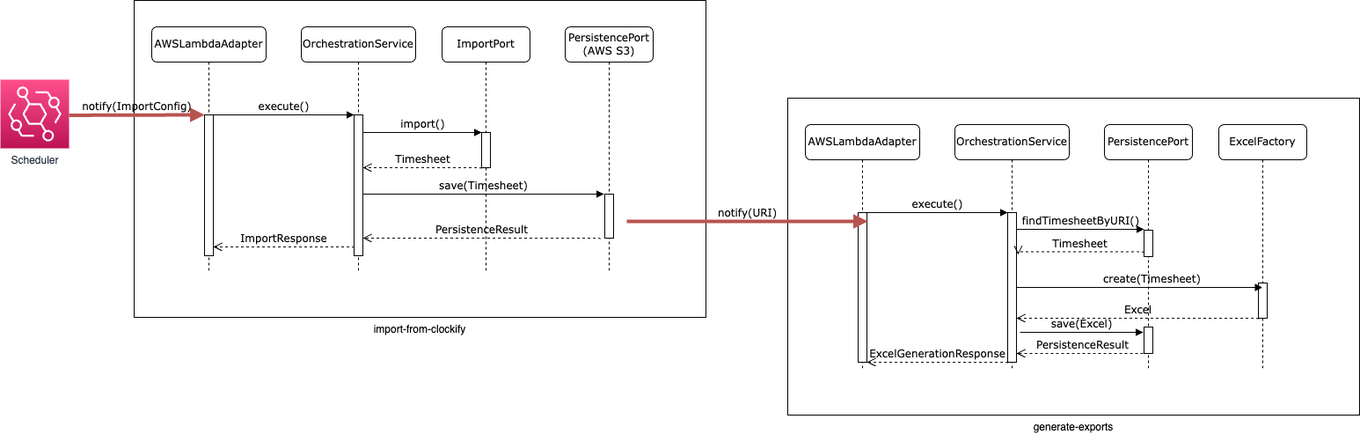
tinohertlein/timesheet-wizard keeps this draw.io diagram as doc/assets/dynamic-level-1.drawio.png. Above is the earlier version. Source tidied: cells renumbered, new cells last; positions are measured from the earlier drawing's top-left corner, leaving out a move shared by most shapes.
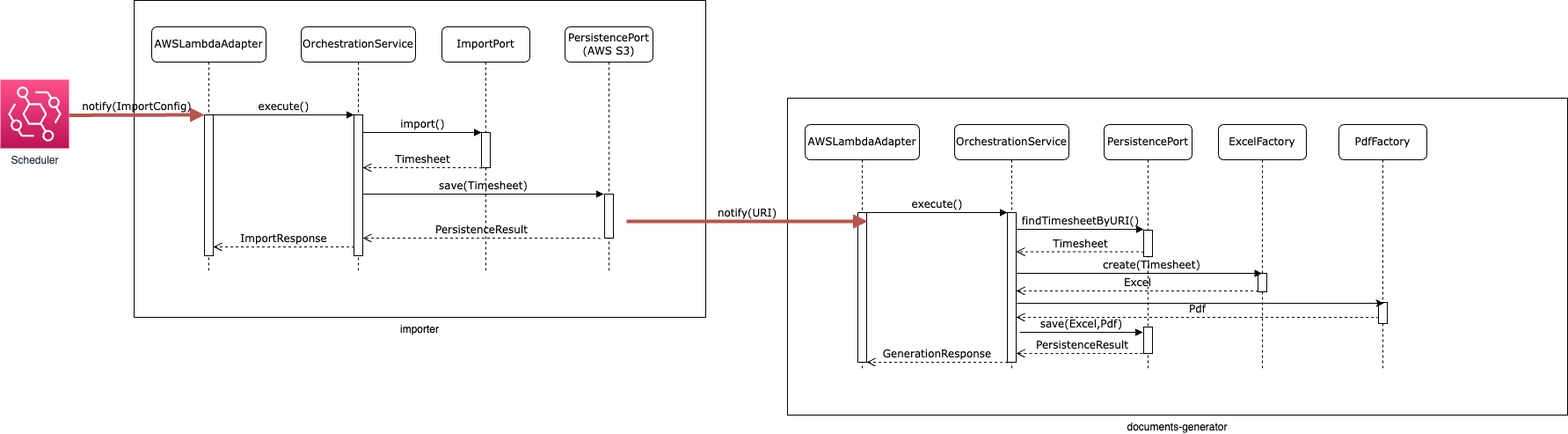
The same file after the commit.

The edit, as a diff of the source:
```diff
@@ -2,10 +2,10 @@
   <root>
     <mxCell id="0" />
     <mxCell id="1" parent="0" />
-    <mxCell id="2" value="generate-exports" style="rounded=0;whiteSpace=wrap;html=1;labelPosition=center;verticalLabelPosition=bottom;align=center;verticalAlign=top;" parent="1" vertex="1">
-      <mxGeometry x="895" y="111" width="650" height="360" as="geometry" />
+    <mxCell id="2" value="documents-generator" style="rounded=0;whiteSpace=wrap;html=1;labelPosition=center;verticalLabelPosition=bottom;align=center;verticalAlign=top;" parent="1" vertex="1">
+      <mxGeometry x="895" y="111" width="887" height="360" as="geometry" />
     </mxCell>
-    <mxCell id="3" value="import-from-clockify" style="rounded=0;whiteSpace=wrap;html=1;labelPosition=center;verticalLabelPosition=bottom;align=center;verticalAlign=top;" parent="1" vertex="1">
+    <mxCell id="3" value="importer" style="rounded=0;whiteSpace=wrap;html=1;labelPosition=center;verticalLabelPosition=bottom;align=center;verticalAlign=top;" parent="1" vertex="1">
       <mxGeometry x="152" width="650" height="360" as="geometry" />
     </mxCell>
     <mxCell id="4" value="OrchestrationService" style="shape=umlLifeline;perimeter=lifelinePerimeter;whiteSpace=wrap;html=1;rounded=1;shadow=0;comic=0;labelBackgroundColor=none;strokeWidth=1;fontFamily=Verdana;fontSize=12;align=center;" parent="1" vertex="1">
@@ -97,7 +97,7 @@
     <mxCell id="22" style="html=1;points=[];perimeter=orthogonalPerimeter;rounded=0;shadow=0;comic=0;labelBackgroundColor=none;strokeWidth=1;fontFamily=Verdana;fontSize=12;align=center;" parent="21" vertex="1">
       <mxGeometry x="45" y="120" width="10" height="30" as="geometry" />
     </mxCell>
-    <mxCell id="23" value="Timesheet" style="html=1;verticalAlign=bottom;endArrow=open;dashed=1;endSize=8;labelBackgroundColor=none;fontFamily=Verdana;fontSize=12;edgeStyle=elbowEdgeStyle;elbow=vertical;exitX=0;exitY=1.025;exitDx=0;exitDy=0;exitPerimeter=0;entryX=1.2;entryY=0.281;entryDx=0;entryDy=0;entryPerimeter=0;" parent="21" edge="1" target="19">
+    <mxCell id="23" value="Timesheet" style="html=1;verticalAlign=bottom;endArrow=open;dashed=1;endSize=8;labelBackgroundColor=none;fontFamily=Verdana;fontSize=12;edgeStyle=elbowEdgeStyle;elbow=vertical;exitX=0;exitY=1.025;exitDx=0;exitDy=0;exitPerimeter=0;" parent="21" edge="1" target="19">
       <mxGeometry relative="1" as="geometry">
         <mxPoint x="45" y="145.5" as="sourcePoint" />
         <Array as="points">
@@ -110,6 +110,17 @@
     <mxCell id="24" style="html=1;points=[];perimeter=orthogonalPerimeter;rounded=0;shadow=0;comic=0;labelBackgroundColor=none;strokeWidth=1;fontFamily=Verdana;fontSize=12;align=center;" parent="21" vertex="1">
       <mxGeometry x="45" y="230" width="10" height="30" as="geometry" />
     </mxCell>
+    <mxCell id="33" value="Excel" style="html=1;verticalAlign=bottom;endArrow=open;dashed=1;endSize=8;labelBackgroundColor=none;fontFamily=Verdana;fontSize=12;edgeStyle=elbowEdgeStyle;elbow=vertical;exitX=0;exitY=1.025;exitDx=0;exitDy=0;exitPerimeter=0;" parent="21" edge="1">
+      <mxGeometry relative="1" as="geometry">
+        <mxPoint x="175" y="190" as="sourcePoint" />
+        <mxPoint x="-100" y="189.5" as="targetPoint" />
+        <Array as="points">
+          <mxPoint x="120" y="189" />
+          <mxPoint x="30" y="209" />
+          <mxPoint x="430" y="209" />
+        </Array>
+      </mxGeometry>
+    </mxCell>
     <mxCell id="25" value="AWSLambdaAdapter" style="shape=umlLifeline;perimeter=lifelinePerimeter;whiteSpace=wrap;html=1;rounded=1;shadow=0;comic=0;labelBackgroundColor=none;strokeWidth=1;fontFamily=Verdana;fontSize=12;align=center;" parent="1" vertex="1">
       <mxGeometry x="915" y="141" width="130" height="280" as="geometry" />
     </mxCell>
@@ -122,7 +133,7 @@
     <mxCell id="28" value="findTimesheetByURI()" style="html=1;verticalAlign=bottom;endArrow=block;entryX=0;entryY=-0.02;labelBackgroundColor=none;fontFamily=Verdana;fontSize=12;edgeStyle=elbowEdgeStyle;elbow=vertical;entryDx=0;entryDy=0;entryPerimeter=0;" parent="1" edge="1" source="19" target="22">
       <mxGeometry relative="1" as="geometry" />
     </mxCell>
-    <mxCell id="29" value="ExcelGenerationResponse" style="html=1;verticalAlign=bottom;endArrow=open;dashed=1;endSize=8;labelBackgroundColor=none;fontFamily=Verdana;fontSize=12;edgeStyle=elbowEdgeStyle;elbow=vertical;exitX=0;exitY=1.025;exitDx=0;exitDy=0;exitPerimeter=0;" parent="1" edge="1">
+    <mxCell id="29" value="GenerationResponse" style="html=1;verticalAlign=bottom;endArrow=open;dashed=1;endSize=8;labelBackgroundColor=none;fontFamily=Verdana;fontSize=12;edgeStyle=elbowEdgeStyle;elbow=vertical;exitX=0;exitY=1.025;exitDx=0;exitDy=0;exitPerimeter=0;" parent="1" edge="1">
       <mxGeometry relative="1" as="geometry">
         <mxPoint x="1145" y="412" as="sourcePoint" />
         <mxPoint x="985" y="411" as="targetPoint" />
@@ -137,23 +148,16 @@
       <mxGeometry x="1385" y="141" width="100" height="280" as="geometry" />
     </mxCell>
     <mxCell id="31" style="html=1;perimeter=orthogonalPerimeter;rounded=0;shadow=0;comic=0;labelBackgroundColor=none;strokeWidth=1;fontFamily=Verdana;fontSize=12;align=center;" parent="30" vertex="1">
-      <mxGeometry x="45" y="180" width="10" height="40" as="geometry" />
+      <mxGeometry x="45" y="169" width="10" height="21" as="geometry" />
     </mxCell>
     <mxCell id="32" value="create(Timesheet)" style="html=1;verticalAlign=bottom;endArrow=block;labelBackgroundColor=none;fontFamily=Verdana;fontSize=12;edgeStyle=elbowEdgeStyle;elbow=vertical;" parent="1" edge="1" source="19" target="30">
-      <mxGeometry x="0.1" relative="1" as="geometry" />
+      <mxGeometry x="0.1" relative="1" as="geometry">
+        <Array as="points">
+          <mxPoint x="1382" y="310" />
+        </Array>
+      </mxGeometry>
     </mxCell>
-    <mxCell id="33" value="Excel" style="html=1;verticalAlign=bottom;endArrow=open;dashed=1;endSize=8;labelBackgroundColor=none;fontFamily=Verdana;fontSize=12;edgeStyle=elbowEdgeStyle;elbow=vertical;exitX=0;exitY=1.025;exitDx=0;exitDy=0;exitPerimeter=0;" parent="1" edge="1">
-      <mxGeometry relative="1" as="geometry">
-        <mxPoint x="1430" y="362" as="sourcePoint" />
-        <mxPoint x="1155" y="361.5" as="targetPoint" />
-        <Array as="points">
-          <mxPoint x="1375" y="361" />
-          <mxPoint x="1285" y="381" />
-          <mxPoint x="1685" y="381" />
-        </Array>
-      </mxGeometry>
-    </mxCell>
-    <mxCell id="34" value="save(Excel)" style="html=1;verticalAlign=bottom;endArrow=block;labelBackgroundColor=none;fontFamily=Verdana;fontSize=12;edgeStyle=elbowEdgeStyle;elbow=horizontal;exitX=1.4;exitY=0.8;exitDx=0;exitDy=0;exitPerimeter=0;entryX=-0.1;entryY=0.2;entryDx=0;entryDy=0;entryPerimeter=0;" parent="1" edge="1" source="19" target="24">
+    <mxCell id="34" value="save(Excel,Pdf)" style="html=1;verticalAlign=bottom;endArrow=block;labelBackgroundColor=none;fontFamily=Verdana;fontSize=12;edgeStyle=elbowEdgeStyle;elbow=horizontal;exitX=1.4;exitY=0.8;exitDx=0;exitDy=0;exitPerimeter=0;entryX=-0.1;entryY=0.2;entryDx=0;entryDy=0;entryPerimeter=0;" parent="1" edge="1" source="19" target="24">
       <mxGeometry relative="1" as="geometry" />
     </mxCell>
     <mxCell id="35" value="notify(URI)" style="html=1;verticalAlign=bottom;endArrow=block;labelBackgroundColor=none;fontFamily=Verdana;fontSize=12;edgeStyle=elbowEdgeStyle;elbow=vertical;entryX=-0.1;entryY=0.011;entryDx=0;entryDy=0;entryPerimeter=0;fillColor=#f8cecc;strokeColor=#b85450;strokeWidth=4;" parent="1" edge="1">
@@ -174,5 +178,24 @@
     <mxCell id="37" value="Scheduler" style="sketch=0;fontColor=#232F3E;gradientColor=#FF4F8B;gradientDirection=north;fillColor=#BC1356;strokeColor=#ffffff;dashed=0;verticalLabelPosition=bottom;verticalAlign=top;align=center;html=1;fontSize=12;fontStyle=0;shape=mxgraph.aws4.resourceIcon;resIcon=mxgraph.aws4.eventbridge;" parent="1" vertex="1">
       <mxGeometry y="90" width="78" height="78" as="geometry" />
     </mxCell>
+    <mxCell id="38" value="PdfFactory" style="shape=umlLifeline;perimeter=lifelinePerimeter;whiteSpace=wrap;html=1;rounded=1;shadow=0;comic=0;labelBackgroundColor=none;strokeWidth=1;fontFamily=Verdana;fontSize=12;align=center;" parent="1" vertex="1">
+      <mxGeometry x="1522" y="141" width="100" height="280" as="geometry" />
+    </mxCell>
+    <mxCell id="39" style="html=1;points=[];perimeter=orthogonalPerimeter;rounded=0;shadow=0;comic=0;labelBackgroundColor=none;strokeWidth=1;fontFamily=Verdana;fontSize=12;align=center;" parent="38" vertex="1">
+      <mxGeometry x="45" y="202" width="10" height="24" as="geometry" />
+    </mxCell>
+    <mxCell id="40" style="endArrow=classic;html=1;rounded=0;exitX=1.1;exitY=0.606;exitDx=0;exitDy=0;exitPerimeter=0;entryX=0.6;entryY=0.042;entryDx=0;entryDy=0;entryPerimeter=0;" parent="1" edge="1" source="19" target="39">
+      <mxGeometry relative="1" as="geometry" />
+    </mxCell>
+    <mxCell id="41" value="Pdf" style="html=1;verticalAlign=bottom;endArrow=open;dashed=1;endSize=8;labelBackgroundColor=none;fontFamily=Verdana;fontSize=12;edgeStyle=elbowEdgeStyle;elbow=vertical;exitX=0;exitY=1.025;exitDx=0;exitDy=0;exitPerimeter=0;" parent="1" edge="1" target="19">
+      <mxGeometry relative="1" as="geometry">
+        <mxPoint x="1567" y="361" as="sourcePoint" />
+        <Array as="points">
+          <mxPoint x="1512" y="360" />
+          <mxPoint x="1422" y="380" />
+          <mxPoint x="1822" y="380" />
+        </Array>
+      </mxGeometry>
+    </mxCell>
   </root>
 </mxGraphModel>
```
